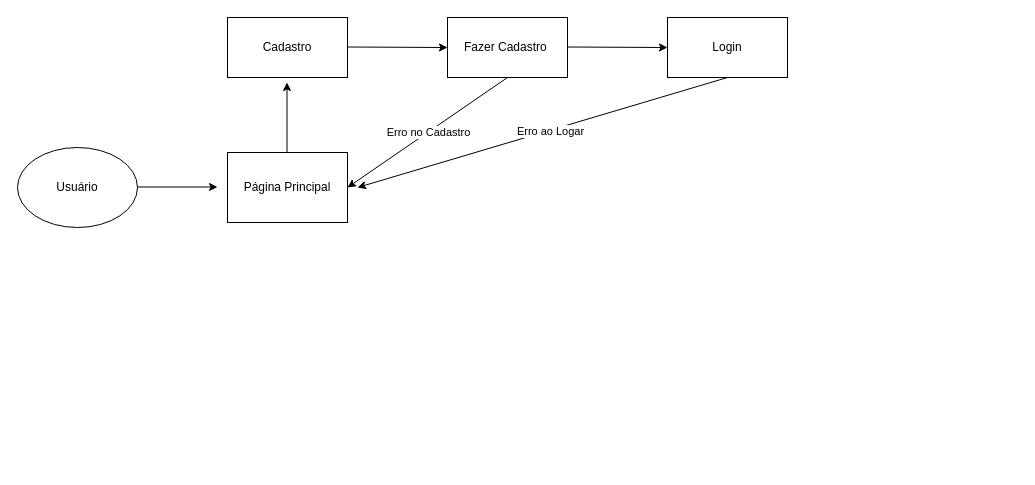
Above: Diagrama sem nome.drawio in Claudinei-RDC/Ti (draw.io), before the change. Source tidied: cells renumbered, new cells numbered last; positions are measured from the earlier drawing's top-left corner, leaving out a move shared by most shapes. Both pictures are drawn from the tidied source at 100%, with x=0, y=0 at pixel (17, 17).
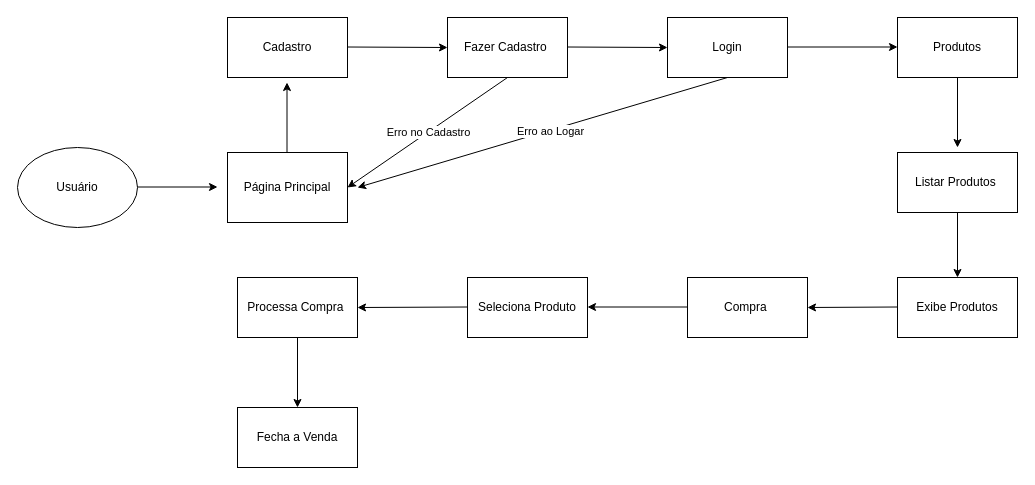
The same diagram, later.

Diff of the diagram source:
```diff
@@
+    <mxCell id="15" value="Produtos" style="rounded=0;whiteSpace=wrap;html=1;" parent="1" vertex="1">
+      <mxGeometry x="880" width="120" height="60" as="geometry" />
+    </mxCell>
+    <mxCell id="16" style="endArrow=classic;html=1;rounded=0;" parent="1" edge="1">
+      <mxGeometry relative="1" as="geometry">
+        <mxPoint x="770" y="29.5" as="sourcePoint" />
+        <mxPoint x="880" y="29.5" as="targetPoint" />
+      </mxGeometry>
+    </mxCell>
+    <mxCell id="17" style="endArrow=classic;html=1;rounded=0;" parent="1" edge="1" source="15">
+      <mxGeometry relative="1" as="geometry">
+        <mxPoint x="940" y="130" as="targetPoint" />
+        <Array as="points">
+          <mxPoint x="940" y="130" />
+        </Array>
+      </mxGeometry>
+    </mxCell>
+    <mxCell id="18" value="Listar Produtos&amp;nbsp;" style="rounded=0;whiteSpace=wrap;html=1;" parent="1" vertex="1">
+      <mxGeometry x="880" y="135" width="120" height="60" as="geometry" />
+    </mxCell>
+    <mxCell id="19" style="endArrow=classic;html=1;rounded=0;exitX=0.5;exitY=1;exitDx=0;exitDy=0;" parent="1" edge="1" source="18">
+      <mxGeometry relative="1" as="geometry">
+        <mxPoint x="940" y="260" as="targetPoint" />
+      </mxGeometry>
+    </mxCell>
+    <mxCell id="20" value="Exibe Produtos" style="rounded=0;whiteSpace=wrap;html=1;" parent="1" vertex="1">
+      <mxGeometry x="880" y="260" width="120" height="60" as="geometry" />
+    </mxCell>
+    <mxCell id="21" value="Compra&amp;nbsp;" style="rounded=0;whiteSpace=wrap;html=1;" parent="1" vertex="1">
+      <mxGeometry x="670" y="260" width="120" height="60" as="geometry" />
+    </mxCell>
+    <mxCell id="22" style="endArrow=classic;html=1;rounded=0;" parent="1" edge="1">
+      <mxGeometry relative="1" as="geometry">
+        <mxPoint x="880" y="289.5" as="sourcePoint" />
+        <mxPoint x="790" y="290" as="targetPoint" />
+      </mxGeometry>
+    </mxCell>
+    <mxCell id="23" value="Seleciona Produto" style="rounded=0;whiteSpace=wrap;html=1;" parent="1" vertex="1">
+      <mxGeometry x="450" y="260" width="120" height="60" as="geometry" />
+    </mxCell>
+    <mxCell id="24" style="endArrow=classic;html=1;rounded=0;" parent="1" edge="1">
+      <mxGeometry relative="1" as="geometry">
+        <mxPoint x="670" y="289.5" as="sourcePoint" />
+        <mxPoint x="570" y="289.5" as="targetPoint" />
+      </mxGeometry>
+    </mxCell>
+    <mxCell id="25" value="Processa Compra&amp;nbsp;" style="rounded=0;whiteSpace=wrap;html=1;" parent="1" vertex="1">
+      <mxGeometry x="220" y="260" width="120" height="60" as="geometry" />
+    </mxCell>
+    <mxCell id="26" style="endArrow=classic;html=1;rounded=0;entryX=1;entryY=0.5;entryDx=0;entryDy=0;" parent="1" edge="1" target="25">
+      <mxGeometry relative="1" as="geometry">
+        <mxPoint x="450" y="289.5" as="sourcePoint" />
+      </mxGeometry>
+    </mxCell>
+    <mxCell id="27" style="endArrow=classic;html=1;rounded=0;exitX=0.5;exitY=1;exitDx=0;exitDy=0;" parent="1" edge="1" source="25">
+      <mxGeometry relative="1" as="geometry">
+        <mxPoint x="280" y="390" as="targetPoint" />
+      </mxGeometry>
+    </mxCell>
+    <mxCell id="28" value="Fecha a Venda" style="rounded=0;whiteSpace=wrap;html=1;" parent="1" vertex="1">
+      <mxGeometry x="220" y="390" width="120" height="60" as="geometry" />
+    </mxCell>
```
